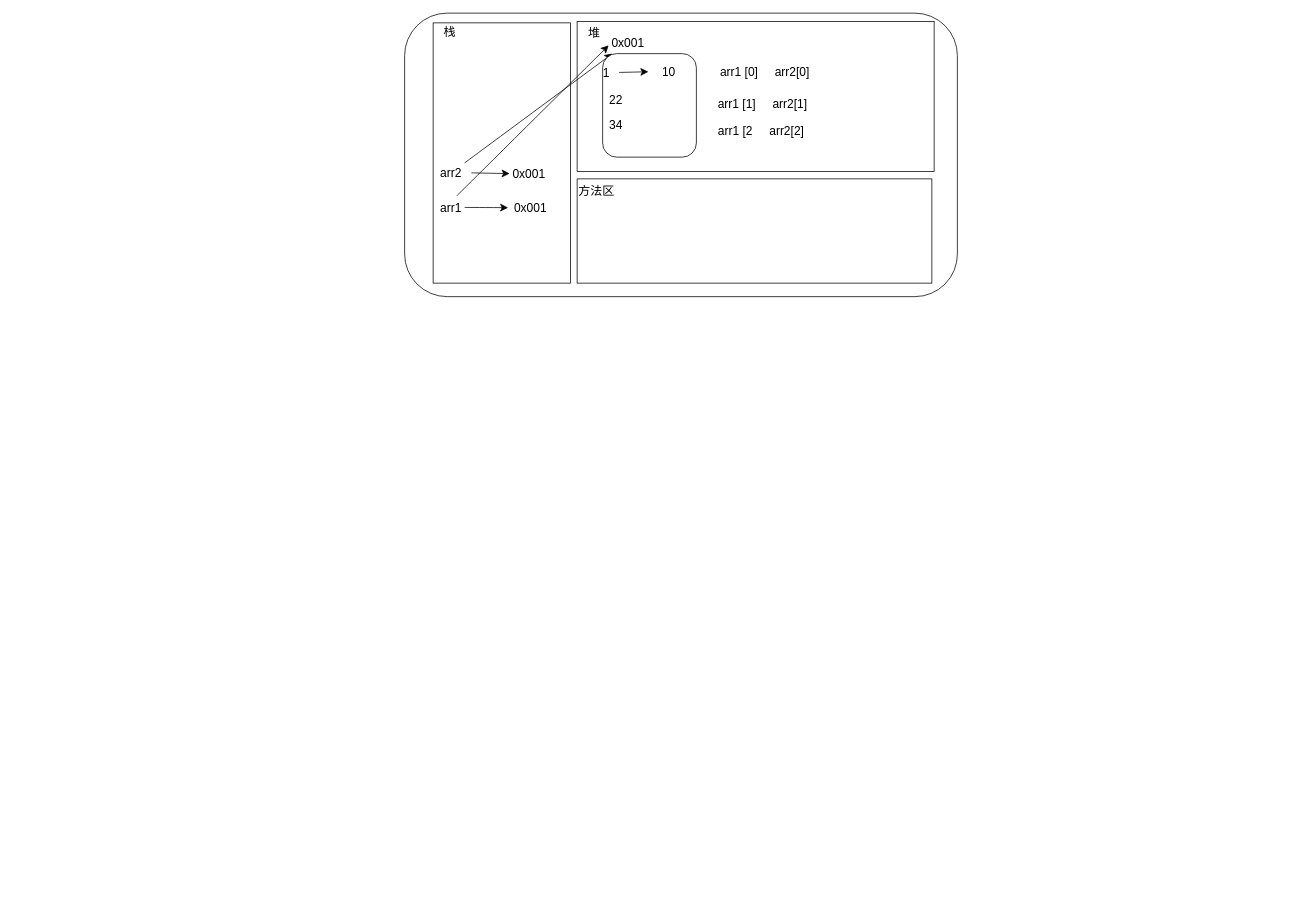
Earlier version of the draw.io diagram JavaLab.drawio (leowang-prism/JavaLab). Source tidied: cells renumbered, new cells numbered last; positions are measured from the earlier drawing's top-left corner, leaving out a move shared by most shapes. Both pictures are drawn from the tidied source at 75%, with x=0, y=0 at pixel (404, 13).
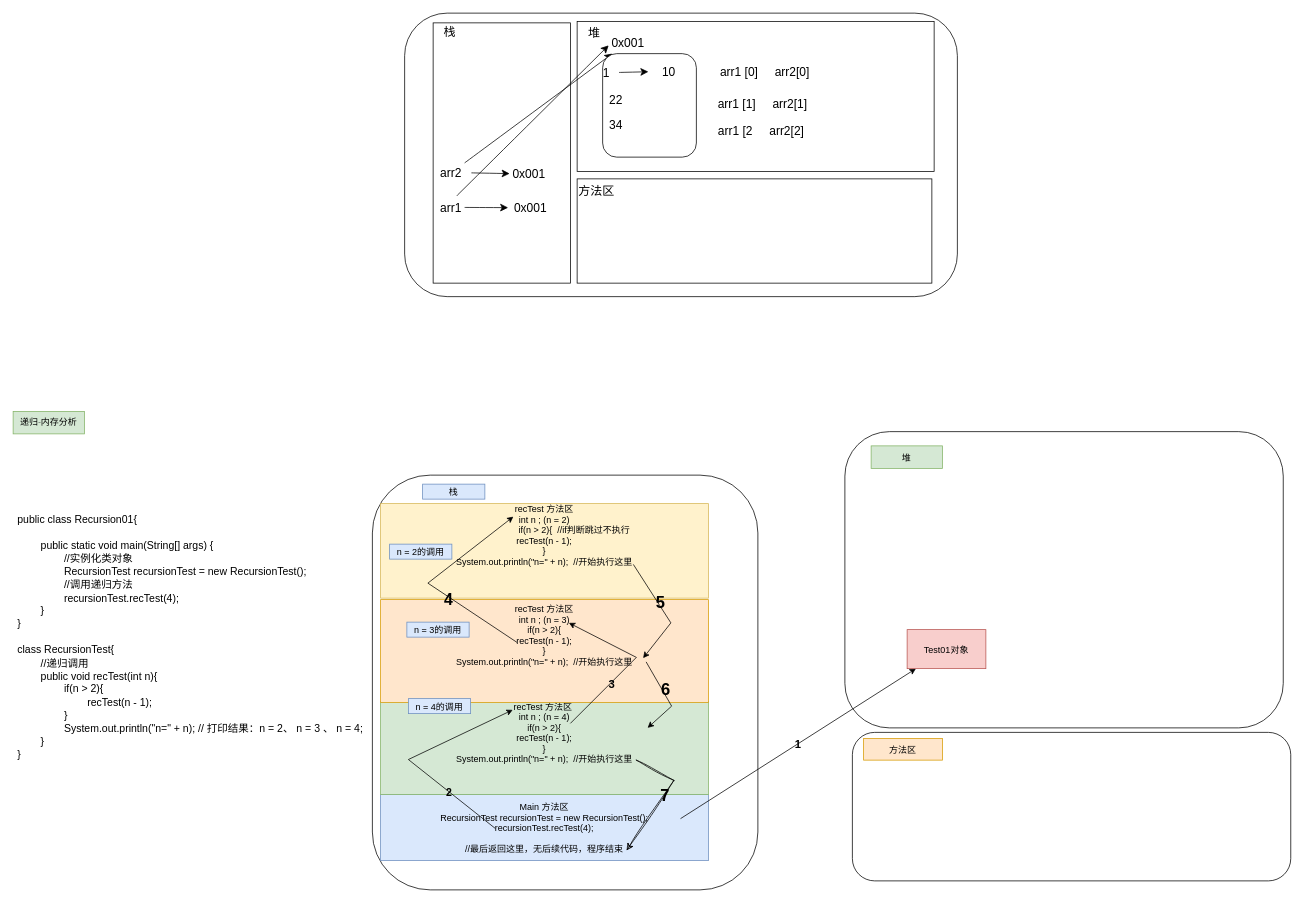
The same page after the edit.

Diff of the diagram source:
```diff
@@
+    <mxCell id="27" style="rounded=1;hachureGap=4;fontFamily=Helvetica;fontColor=default;labelBackgroundColor=none;labelBorderColor=none;textShadow=0;" parent="1" vertex="1">
+      <mxGeometry x="-43" y="616" width="514" height="553" as="geometry" />
+    </mxCell>
+    <mxCell id="28" style="rounded=1;whiteSpace=wrap;html=1;hachureGap=4;fontFamily=Helvetica;" parent="1" vertex="1">
+      <mxGeometry x="587" y="558" width="584.5" height="395" as="geometry" />
+    </mxCell>
+    <mxCell id="29" value="栈" style="text;align=center;verticalAlign=middle;rounded=0;fontFamily=Helvetica;fillColor=#dae8fc;strokeColor=#6c8ebf;fontColor=default;labelBackgroundColor=none;labelBorderColor=none;textShadow=0;" parent="1" vertex="1">
+      <mxGeometry x="24" y="628" width="83" height="20" as="geometry" />
+    </mxCell>
+    <mxCell id="30" value="递归-内存分析" style="text;html=1;align=center;verticalAlign=middle;whiteSpace=wrap;rounded=0;fontFamily=Architects Daughter;fillColor=#d5e8d4;strokeColor=#82b366;" parent="1" vertex="1">
+      <mxGeometry x="-522" y="531" width="95" height="30" as="geometry" />
+    </mxCell>
+    <mxCell id="31" value="堆" style="text;align=center;verticalAlign=middle;rounded=0;fontFamily=Helvetica;fillColor=#d5e8d4;strokeColor=#82b366;fontColor=default;labelBackgroundColor=none;labelBorderColor=none;textShadow=0;" parent="1" vertex="1">
+      <mxGeometry x="622" y="577" width="95" height="30" as="geometry" />
+    </mxCell>
+    <mxCell id="32" value="&lt;div style=&quot;&quot;&gt;&lt;div style=&quot;&quot;&gt;&lt;font face=&quot;Helvetica&quot;&gt;&lt;span style=&quot;font-size: 14px; font-weight: 400;&quot;&gt;public class Recursion01{&lt;/span&gt;&lt;/font&gt;&lt;/div&gt;&lt;div style=&quot;&quot;&gt;&lt;font face=&quot;Helvetica&quot;&gt;&lt;span style=&quot;font-size: 14px; font-weight: 400;&quot;&gt;&lt;br&gt;&lt;/span&gt;&lt;/font&gt;&lt;/div&gt;&lt;div style=&quot;&quot;&gt;&lt;font face=&quot;Helvetica&quot;&gt;&lt;span style=&quot;font-size: 14px; font-weight: 400; white-space-collapse: collapse;&quot;&gt;&lt;span style=&quot;white-space-collapse: preserve;&quot;&gt;&#9;&lt;/span&gt;public static void main(String[] args) {&lt;/span&gt;&lt;/font&gt;&lt;/div&gt;&lt;div style=&quot;&quot;&gt;&lt;span style=&quot;white-space-collapse: preserve; font-size: 14px; font-weight: 400; white-space-collapse: collapse;&quot;&gt;&lt;font face=&quot;Helvetica&quot;&gt;&#9;&#9;&lt;/font&gt;&lt;/span&gt;&lt;/div&gt;&lt;div style=&quot;&quot;&gt;&lt;font face=&quot;Helvetica&quot;&gt;&lt;span style=&quot;font-size: 14px; font-weight: 400; white-space-collapse: collapse;&quot;&gt;&lt;span style=&quot;white-space-collapse: preserve;&quot;&gt;&#9;&#9;&lt;/span&gt;//实例化类对象&lt;/span&gt;&lt;/font&gt;&lt;/div&gt;&lt;div style=&quot;&quot;&gt;&lt;font face=&quot;Helvetica&quot;&gt;&lt;span style=&quot;font-size: 14px; font-weight: 400; white-space-collapse: collapse;&quot;&gt;&lt;span style=&quot;white-space-collapse: preserve;&quot;&gt;&#9;&#9;&lt;/span&gt;RecursionTest recursionTest = new RecursionTest();&lt;/span&gt;&lt;/font&gt;&lt;/div&gt;&lt;div style=&quot;&quot;&gt;&lt;font face=&quot;Helvetica&quot;&gt;&lt;span style=&quot;font-size: 14px; font-weight: 400; white-space-collapse: collapse;&quot;&gt;&lt;span style=&quot;white-space-collapse: preserve;&quot;&gt;&#9;&#9;&lt;/span&gt;//调用递归方法&lt;/span&gt;&lt;/font&gt;&lt;/div&gt;&lt;div style=&quot;&quot;&gt;&lt;font face=&quot;Helvetica&quot;&gt;&lt;span style=&quot;font-size: 14px; font-weight: 400; white-space-collapse: collapse;&quot;&gt;&lt;span style=&quot;white-space-collapse: preserve;&quot;&gt;&#9;&#9;&lt;/span&gt;recursionTest.recTest(4);&lt;/span&gt;&lt;/font&gt;&lt;/div&gt;&lt;div style=&quot;&quot;&gt;&lt;font face=&quot;Helvetica&quot;&gt;&lt;span style=&quot;font-size: 14px; font-weight: 400; white-space-collapse: collapse;&quot;&gt;&lt;span style=&quot;white-space-collapse: preserve;&quot;&gt;&#9;&lt;/span&gt;}&lt;/span&gt;&lt;/font&gt;&lt;/div&gt;&lt;div style=&quot;&quot;&gt;&lt;font face=&quot;Helvetica&quot;&gt;&lt;span style=&quot;font-size: 14px; font-weight: 400;&quot;&gt;}&lt;/span&gt;&lt;/font&gt;&lt;/div&gt;&lt;div style=&quot;&quot;&gt;&lt;font face=&quot;Helvetica&quot;&gt;&lt;span style=&quot;font-size: 14px; font-weight: 400;&quot;&gt;&lt;br&gt;&lt;/span&gt;&lt;/font&gt;&lt;/div&gt;&lt;div style=&quot;&quot;&gt;&lt;font face=&quot;Helvetica&quot;&gt;&lt;span style=&quot;font-size: 14px; font-weight: 400;&quot;&gt;class RecursionTest{&lt;/span&gt;&lt;/font&gt;&lt;/div&gt;&lt;div style=&quot;&quot;&gt;&lt;font face=&quot;Helvetica&quot;&gt;&lt;span style=&quot;font-size: 14px; font-weight: 400; white-space-collapse: collapse;&quot;&gt;&lt;span style=&quot;white-space-collapse: preserve;&quot;&gt;&#9;&lt;/span&gt;//递归调用&lt;/span&gt;&lt;/font&gt;&lt;/div&gt;&lt;div style=&quot;&quot;&gt;&lt;font face=&quot;Helvetica&quot;&gt;&lt;span style=&quot;font-size: 14px; font-weight: 400; white-space-collapse: collapse;&quot;&gt;&lt;span style=&quot;white-space-collapse: preserve;&quot;&gt;&#9;&lt;/span&gt;public void recTest(int n){&lt;/span&gt;&lt;/font&gt;&lt;/div&gt;&lt;div style=&quot;&quot;&gt;&lt;font face=&quot;Helvetica&quot;&gt;&lt;span style=&quot;font-size: 14px; font-weight: 400; white-space-collapse: collapse;&quot;&gt;&lt;span style=&quot;white-space-collapse: preserve;&quot;&gt;&#9;&#9;&lt;/span&gt;if(n &amp;gt; 2){&lt;/span&gt;&lt;/font&gt;&lt;/div&gt;&lt;div style=&quot;&quot;&gt;&lt;font face=&quot;Helvetica&quot;&gt;&lt;span style=&quot;font-size: 14px; font-weight: 400; white-space-collapse: collapse;&quot;&gt;&lt;span style=&quot;white-space-collapse: preserve;&quot;&gt;&#9;&#9;&#9;&lt;/span&gt;recTest(n - 1);&lt;/span&gt;&lt;/font&gt;&lt;/div&gt;&lt;div style=&quot;&quot;&gt;&lt;font face=&quot;Helvetica&quot;&gt;&lt;span style=&quot;font-size: 14px; font-weight: 400; white-space-collapse: collapse;&quot;&gt;&lt;span style=&quot;white-space-collapse: preserve;&quot;&gt;&#9;&#9;&lt;/span&gt;}&lt;/span&gt;&lt;/font&gt;&lt;/div&gt;&lt;div style=&quot;&quot;&gt;&lt;font face=&quot;Helvetica&quot;&gt;&lt;span style=&quot;font-size: 14px; font-weight: 400; white-space-collapse: collapse;&quot;&gt;&lt;span style=&quot;white-space-collapse: preserve;&quot;&gt;&#9;&#9;&lt;/span&gt;System.out.println(&quot;n=&quot; + n); // 打印结果：n = 2、 n = 3 、 n = 4;&lt;/span&gt;&lt;/font&gt;&lt;/div&gt;&lt;div style=&quot;&quot;&gt;&lt;font face=&quot;Helvetica&quot;&gt;&lt;span style=&quot;font-size: 14px; font-weight: 400; white-space-collapse: collapse;&quot;&gt;&lt;span style=&quot;white-space-collapse: preserve;&quot;&gt;&#9;&lt;/span&gt;}&lt;/span&gt;&lt;/font&gt;&lt;/div&gt;&lt;div style=&quot;&quot;&gt;&lt;font face=&quot;Helvetica&quot;&gt;&lt;span style=&quot;font-size: 14px; font-weight: 400;&quot;&gt;}&lt;/span&gt;&lt;/font&gt;&lt;/div&gt;&lt;/div&gt;" style="text;html=1;align=left;verticalAlign=middle;strokeColor=none;fillColor=none;fontFamily=Architects Daughter;strokeWidth=1;perimeterSpacing=0;rounded=0;fontStyle=1;" parent="1" vertex="1">
+      <mxGeometry x="-518" y="661" width="479" height="342" as="geometry" />
+    </mxCell>
+    <mxCell id="33" value="Main 方法区&#10;RecursionTest recursionTest = new RecursionTest();&#10;recursionTest.recTest(4);&#10;&#10;//最后返回这里，无后续代码，程序结束" style="text;align=center;verticalAlign=middle;rounded=0;fontFamily=Helvetica;fillColor=#dae8fc;strokeColor=#6c8ebf;fontColor=default;labelBackgroundColor=none;labelBorderColor=none;textShadow=0;" parent="1" vertex="1">
+      <mxGeometry x="-32" y="1042" width="437" height="88" as="geometry" />
+    </mxCell>
+    <mxCell id="34" value="1" style="endArrow=classic;rounded=1;hachureGap=4;fontFamily=Helvetica;labelBackgroundColor=none;fontColor=default;strokeColor=default;exitX=0.915;exitY=0.364;exitDx=0;exitDy=0;exitPerimeter=0;labelBorderColor=none;curved=0;fontStyle=1;fontSize=15;textShadow=0;" parent="1" edge="1" source="33" target="35">
+      <mxGeometry relative="1" as="geometry" />
+    </mxCell>
+    <mxCell id="35" value="Test01对象" style="text;align=center;verticalAlign=middle;rounded=0;fillColor=#f8cecc;strokeColor=#b85450;fontFamily=Helvetica;labelBackgroundColor=none;labelBorderColor=none;textShadow=0;" parent="1" vertex="1">
+      <mxGeometry x="670" y="822" width="105" height="52" as="geometry" />
+    </mxCell>
+    <mxCell id="36" value="recTest 方法区 &#10;int n ; (n = 4) &#10;if(n &gt; 2){&#10;recTest(n - 1);&#10;}&#10;System.out.println(&quot;n=&quot; + n);  //开始执行这里&#10;&#10;&#10;" style="text;align=center;verticalAlign=middle;rounded=0;fontFamily=Helvetica;fillColor=#d5e8d4;strokeColor=#82b366;labelBackgroundColor=none;labelBorderColor=none;textShadow=0;" parent="1" vertex="1">
+      <mxGeometry x="-32" y="918" width="437" height="124" as="geometry" />
+    </mxCell>
+    <mxCell id="37" value="recTest 方法区&#10;int n ; (n = 3) &#10;if(n &gt; 2){&#10;recTest(n - 1);&#10;}&#10;System.out.println(&quot;n=&quot; + n);  //开始执行这里&#10;&#10;&#10;" style="text;align=center;verticalAlign=middle;rounded=0;fontFamily=Helvetica;fillColor=#ffe6cc;strokeColor=#d79b00;labelBackgroundColor=none;labelBorderColor=none;textShadow=0;" parent="1" vertex="1">
+      <mxGeometry x="-32" y="782" width="437" height="137" as="geometry" />
+    </mxCell>
+    <mxCell id="38" value="n = 4的调用" style="text;align=center;verticalAlign=middle;rounded=0;fontFamily=Helvetica;fillColor=#dae8fc;strokeColor=#6c8ebf;fontColor=default;labelBackgroundColor=none;labelBorderColor=none;textShadow=0;" parent="1" vertex="1">
+      <mxGeometry x="5" y="914" width="83" height="20" as="geometry" />
+    </mxCell>
+    <mxCell id="39" value="n = 3的调用" style="text;align=center;verticalAlign=middle;rounded=0;fontFamily=Helvetica;fillColor=#dae8fc;strokeColor=#6c8ebf;fontColor=default;labelBackgroundColor=none;labelBorderColor=none;textShadow=0;" parent="1" vertex="1">
+      <mxGeometry x="3" y="812" width="83" height="20" as="geometry" />
+    </mxCell>
+    <mxCell id="40" value="recTest 方法区&#10;int n ; (n = 2) &#10;                        if(n &gt; 2){  //if判断跳过不执行&#10;recTest(n - 1);&#10;}&#10;System.out.println(&quot;n=&quot; + n);  //开始执行这里&#10;&#10;&#10;" style="text;align=center;verticalAlign=middle;rounded=0;fontFamily=Helvetica;fillColor=#fff2cc;strokeColor=#d6b656;labelBackgroundColor=none;labelBorderColor=none;textShadow=0;" parent="1" vertex="1">
+      <mxGeometry x="-32" y="654" width="437" height="126" as="geometry" />
+    </mxCell>
+    <mxCell id="41" value="n = 2的调用" style="text;align=center;verticalAlign=middle;rounded=0;fontFamily=Helvetica;fillColor=#dae8fc;strokeColor=#6c8ebf;fontColor=default;labelBackgroundColor=none;labelBorderColor=none;textShadow=0;" parent="1" vertex="1">
+      <mxGeometry x="-20" y="708" width="83" height="20" as="geometry" />
+    </mxCell>
+    <mxCell id="42" style="endArrow=classic;rounded=0;hachureGap=4;fontFamily=Helvetica;labelBackgroundColor=none;fontColor=default;strokeColor=default;exitX=0.915;exitY=0.364;exitDx=0;exitDy=0;exitPerimeter=0;labelBorderColor=none;textShadow=0;" parent="1" edge="1">
+      <mxGeometry relative="1" as="geometry">
+        <mxPoint x="221" y="947" as="sourcePoint" />
+        <mxPoint x="219" y="813" as="targetPoint" />
+        <Array as="points">
+          <mxPoint x="309" y="859" />
+        </Array>
+      </mxGeometry>
+    </mxCell>
+    <mxCell id="43" value="3" style="edgeLabel;align=center;verticalAlign=middle;sketch=1;hachureGap=4;jiggle=2;curveFitting=1;fontFamily=Helvetica;fontColor=default;labelBackgroundColor=none;labelBorderColor=none;fontStyle=1;fontSize=15;textShadow=0;" parent="42" vertex="1">
+      <mxGeometry x="-0.32" y="-1" relative="1" as="geometry" />
+    </mxCell>
+    <mxCell id="44" style="endArrow=classic;rounded=0;hachureGap=4;fontFamily=Helvetica;labelBackgroundColor=none;fontColor=default;strokeColor=default;exitX=0.416;exitY=0.416;exitDx=0;exitDy=0;exitPerimeter=0;entryX=0.405;entryY=0.138;entryDx=0;entryDy=0;entryPerimeter=0;labelBorderColor=none;textShadow=0;" parent="1" edge="1" source="37" target="40">
+      <mxGeometry relative="1" as="geometry">
+        <Array as="points">
+          <mxPoint x="31" y="760" />
+        </Array>
+      </mxGeometry>
+    </mxCell>
+    <mxCell id="45" value="4" style="edgeLabel;align=center;verticalAlign=middle;sketch=1;hachureGap=4;jiggle=2;curveFitting=1;fontFamily=Helvetica;fontColor=default;labelBackgroundColor=none;labelBorderColor=none;fontStyle=1;fontSize=21;textShadow=0;" parent="44" vertex="1">
+      <mxGeometry x="-0.24" y="1" relative="1" as="geometry" />
+    </mxCell>
+    <mxCell id="46" style="endArrow=classic;rounded=0;hachureGap=4;fontFamily=Helvetica;labelBackgroundColor=none;fontColor=default;strokeColor=default;exitX=0.915;exitY=0.364;exitDx=0;exitDy=0;exitPerimeter=0;entryX=0.403;entryY=0.089;entryDx=0;entryDy=0;entryPerimeter=0;labelBorderColor=none;textShadow=0;" parent="1" edge="1" target="36">
+      <mxGeometry relative="1" as="geometry">
+        <mxPoint x="121" y="1087.2" as="sourcePoint" />
+        <Array as="points">
+          <mxPoint x="5" y="995.2" />
+        </Array>
+      </mxGeometry>
+    </mxCell>
+    <mxCell id="47" value="2" style="edgeLabel;align=center;verticalAlign=middle;sketch=1;hachureGap=4;jiggle=2;curveFitting=1;fontFamily=Helvetica;fontColor=default;labelBackgroundColor=none;labelBorderColor=none;fontSize=14;fontStyle=1;textShadow=0;" parent="46" vertex="1">
+      <mxGeometry x="-0.48" relative="1" as="geometry" />
+    </mxCell>
+    <mxCell id="48" style="endArrow=classic;rounded=0;hachureGap=4;fontFamily=Helvetica;exitX=0.771;exitY=0.643;exitDx=0;exitDy=0;exitPerimeter=0;fontColor=default;labelBackgroundColor=none;labelBorderColor=none;textShadow=0;" parent="1" edge="1" source="40">
+      <mxGeometry relative="1" as="geometry">
+        <mxPoint x="318" y="860" as="targetPoint" />
+        <Array as="points">
+          <mxPoint x="355" y="813" />
+        </Array>
+      </mxGeometry>
+    </mxCell>
+    <mxCell id="49" value="&lt;h1&gt;&lt;font&gt;5&lt;/font&gt;&lt;/h1&gt;" style="edgeLabel;html=1;align=center;verticalAlign=middle;sketch=1;hachureGap=4;jiggle=2;curveFitting=1;fontFamily=Helvetica;labelBackgroundColor=none;textShadow=0;" parent="48" vertex="1">
+      <mxGeometry x="-0.18" y="2" relative="1" as="geometry" />
+    </mxCell>
+    <mxCell id="50" style="endArrow=classic;rounded=0;hachureGap=4;fontFamily=Helvetica;exitX=0.808;exitY=0.761;exitDx=0;exitDy=0;exitPerimeter=0;fontColor=default;labelBackgroundColor=none;labelBorderColor=none;textShadow=0;" parent="1" edge="1">
+      <mxGeometry relative="1" as="geometry">
+        <mxPoint x="322" y="865" as="sourcePoint" />
+        <mxPoint x="324" y="953" as="targetPoint" />
+        <Array as="points">
+          <mxPoint x="356" y="924" />
+        </Array>
+      </mxGeometry>
+    </mxCell>
+    <mxCell id="51" value="&lt;h1&gt;6&lt;/h1&gt;" style="edgeLabel;html=1;align=center;verticalAlign=middle;sketch=1;hachureGap=4;jiggle=2;curveFitting=1;fontFamily=Helvetica;labelBackgroundColor=none;textShadow=0;" parent="50" vertex="1">
+      <mxGeometry x="-0.2" y="3" relative="1" as="geometry" />
+    </mxCell>
+    <mxCell id="52" style="endArrow=classic;rounded=0;sketch=1;hachureGap=4;jiggle=2;curveFitting=1;fontFamily=Helvetica;exitX=0.78;exitY=0.629;exitDx=0;exitDy=0;exitPerimeter=0;entryX=0.751;entryY=0.841;entryDx=0;entryDy=0;entryPerimeter=0;fontColor=default;labelBackgroundColor=none;labelBorderColor=none;textShadow=0;" parent="1" edge="1" source="36" target="33">
+      <mxGeometry relative="1" as="geometry">
+        <Array as="points">
+          <mxPoint x="359" y="1023" />
+        </Array>
+      </mxGeometry>
+    </mxCell>
+    <mxCell id="53" value="&lt;h1&gt;7&lt;/h1&gt;" style="edgeLabel;html=1;align=center;verticalAlign=middle;sketch=1;hachureGap=4;jiggle=2;curveFitting=1;fontFamily=Helvetica;labelBackgroundColor=none;textShadow=0;" parent="52" vertex="1">
+      <mxGeometry x="-0.05" relative="1" as="geometry">
+        <mxPoint y="1" as="offset" />
+      </mxGeometry>
+    </mxCell>
+    <mxCell id="54" style="rounded=1;whiteSpace=wrap;html=1;hachureGap=4;fontFamily=Helvetica;" parent="1" vertex="1">
+      <mxGeometry x="597" y="959" width="584.5" height="198" as="geometry" />
+    </mxCell>
+    <mxCell id="55" value="方法区" style="text;align=center;verticalAlign=middle;rounded=0;fillColor=#ffe6cc;strokeColor=#d79b00;fontFamily=Helvetica;labelBackgroundColor=none;labelBorderColor=none;textShadow=0;" parent="1" vertex="1">
+      <mxGeometry x="612" y="967" width="105" height="29" as="geometry" />
+    </mxCell>
```
